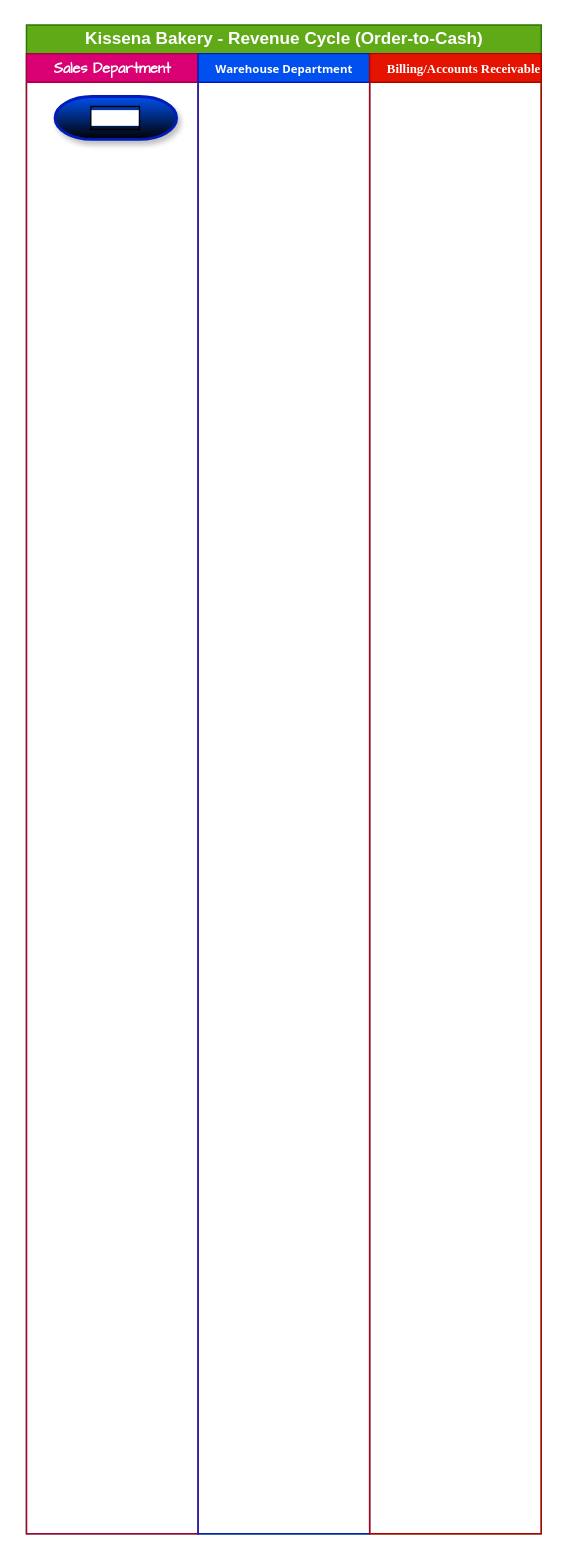
Before: Revenue_Cycle_Controls.drawio in daisylealgarcia-hue/drawio, a draw.io diagram. Source tidied: cells renumbered, new cells numbered last; positions are measured from the earlier drawing's top-left corner, leaving out a move shared by most shapes. Both pictures are drawn from the tidied source at 143%, with x=0, y=0 at pixel (26, 24).
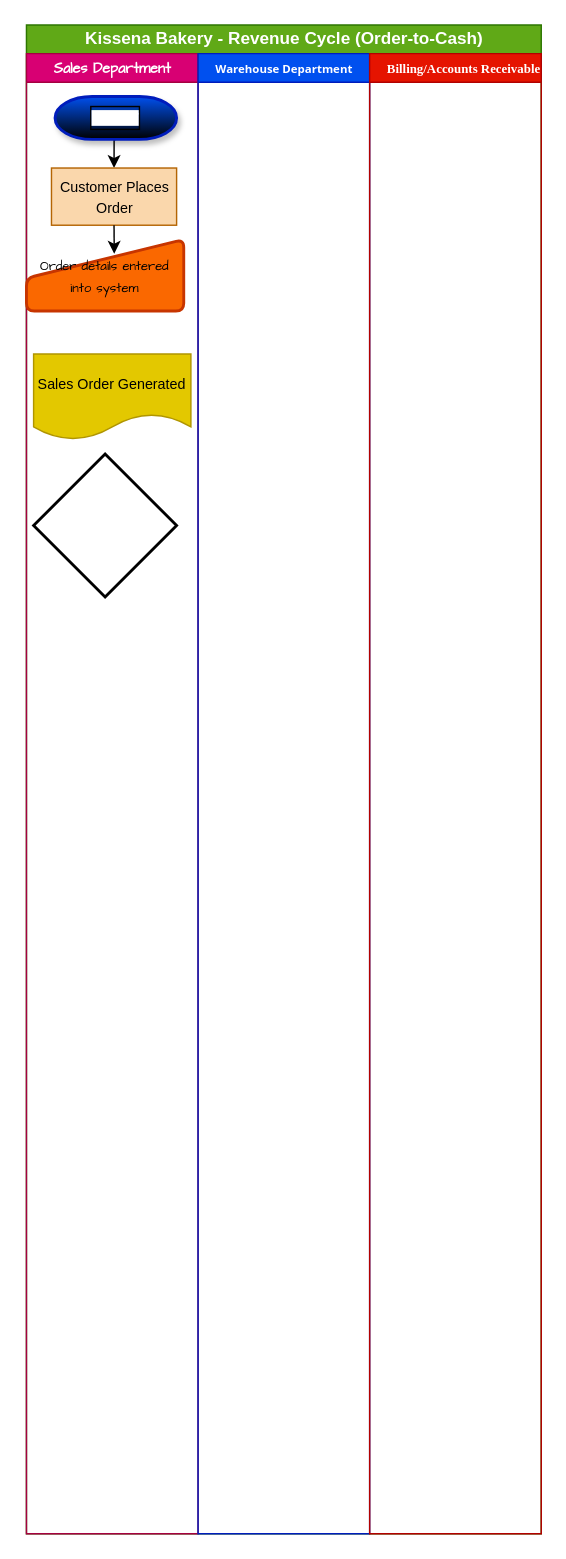
The same page after the edit.

Diff of the diagram source:
```diff
@@
 <mxGraphModel>
   <root>
     <mxCell id="0" />
     <mxCell id="1" parent="0" />
     <mxCell id="2" value="Kissena Bakery - Revenue Cycle (Order-to-Cash)" style="swimlane;startSize=20;html=1;fillColor=#60a917;fontColor=#ffffff;strokeColor=#2D7600;" parent="1" vertex="1">
       <mxGeometry width="360" height="1055" as="geometry" />
     </mxCell>
     <mxCell id="3" value="&lt;font face=&quot;Comic Sans MS&quot; style=&quot;font-size: 10px;&quot;&gt;Sales Department&lt;/font&gt;" style="swimlane;startSize=20;html=1;fillColor=#d80073;fontColor=#ffffff;strokeColor=#A50040;" parent="2" vertex="1">
       <mxGeometry y="20" width="120" height="1035" as="geometry" />
     </mxCell>
+    <mxCell id="7" style="edgeStyle=orthogonalEdgeStyle;rounded=0;jettySize=auto;html=1;exitX=0.5;exitY=1;exitDx=0;exitDy=0;exitPerimeter=0;entryX=0.5;entryY=0;entryDx=0;entryDy=0;" parent="3" edge="1" source="4" target="8">
+      <mxGeometry relative="1" as="geometry" />
+    </mxCell>
     <mxCell id="4" value="&lt;font style=&quot;font-size: 10px; background-color: light-dark(rgb(255, 255, 255), rgb(169, 196, 235));&quot;&gt;START&lt;/font&gt;" style="strokeWidth=2;html=1;shape=mxgraph.flowchart.terminator;whiteSpace=wrap;fillColor=#0050ef;fontColor=#ffffff;strokeColor=#001DBC;shadow=1;gradientColor=default;fontStyle=1;labelBorderColor=default;" parent="3" vertex="1">
       <mxGeometry x="20" y="30" width="85" height="30" as="geometry" />
     </mxCell>
+    <mxCell id="8" value="&lt;font style=&quot;font-size: 10px;&quot;&gt;Customer Places Order&lt;/font&gt;" style="html=1;dashed=0;whiteSpace=wrap;fillColor=#fad7ac;strokeColor=#b46504;" parent="3" vertex="1">
+      <mxGeometry x="17.5" y="80" width="87.5" height="40" as="geometry" />
+    </mxCell>
+    <mxCell id="9" value="&lt;span style=&quot;color: light-dark(rgb(0, 0, 0), rgb(255, 255, 255));&quot;&gt;&lt;font style=&quot;line-height: 100%; font-size: 9px;&quot; face=&quot;Comic Sans MS&quot;&gt;Order details entered into system&lt;/font&gt;&lt;/span&gt;" style="html=1;strokeWidth=2;shape=manualInput;whiteSpace=wrap;rounded=1;size=27;arcSize=11;align=center;fillColor=#fa6800;fontColor=#000000;strokeColor=#C73500;" parent="3" vertex="1">
+      <mxGeometry y="130" width="110" height="50" as="geometry" />
+    </mxCell>
+    <mxCell id="10" style="edgeStyle=orthogonalEdgeStyle;rounded=0;jettySize=auto;html=1;exitX=0.5;exitY=1;exitDx=0;exitDy=0;entryX=0.558;entryY=0.198;entryDx=0;entryDy=0;entryPerimeter=0;" parent="3" edge="1" source="8" target="9">
+      <mxGeometry relative="1" as="geometry" />
+    </mxCell>
+    <mxCell id="11" value="&lt;font style=&quot;font-size: 10px;&quot;&gt;Sales Order Generated&lt;/font&gt;" style="shape=document;whiteSpace=wrap;html=1;boundedLbl=1;fillColor=#e3c800;fontColor=#000000;strokeColor=#B09500;" parent="3" vertex="1">
+      <mxGeometry x="5" y="210" width="110" height="60" as="geometry" />
+    </mxCell>
+    <mxCell id="12" style="strokeWidth=2;html=1;shape=mxgraph.flowchart.decision;whiteSpace=wrap;" parent="3" vertex="1">
+      <mxGeometry x="5" y="280" width="100" height="100" as="geometry" />
+    </mxCell>
     <mxCell id="5" value="&lt;font style=&quot;font-size: 8px;&quot; face=&quot;Tahoma&quot;&gt;Warehouse Department&lt;/font&gt;" style="swimlane;startSize=20;html=1;fillColor=#0050ef;fontColor=#ffffff;strokeColor=#001DBC;" parent="2" vertex="1">
       <mxGeometry x="120" y="20" width="120" height="1035" as="geometry" />
     </mxCell>
     <mxCell id="6" value="&lt;font style=&quot;font-size: 9px;&quot; face=&quot;Garamond&quot;&gt;&amp;nbsp; &amp;nbsp; &amp;nbsp;Billing/Accounts Receivable&lt;/font&gt;" style="swimlane;startSize=20;html=1;fillColor=#e51400;fontColor=#ffffff;strokeColor=#B20000;" parent="2" vertex="1">
       <mxGeometry x="240" y="20" width="120" height="1035" as="geometry" />
     </mxCell>
   </root>
 </mxGraphModel>
```
